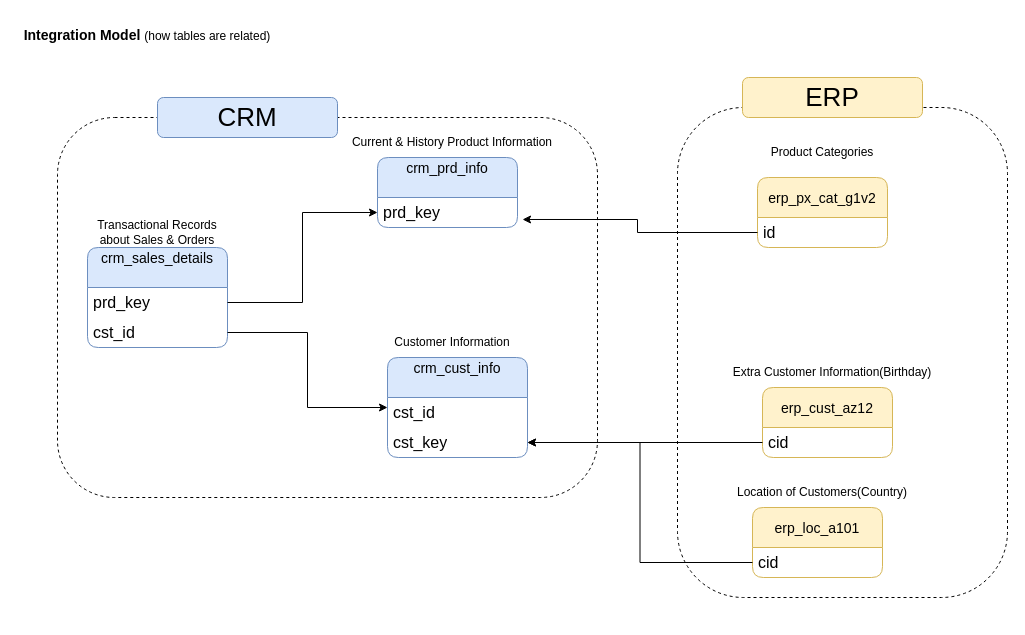
Earlier version of the draw.io diagram DFD for DWH Project/Tables.drawio (Kalyani-Burra/sql-data-warehouse-project). Source tidied: cells renumbered, new cells numbered last; positions are measured from the earlier drawing's top-left corner, leaving out a move shared by most shapes. Both pictures are drawn from the tidied source at 100%, with x=0, y=0 at pixel (17, 17).
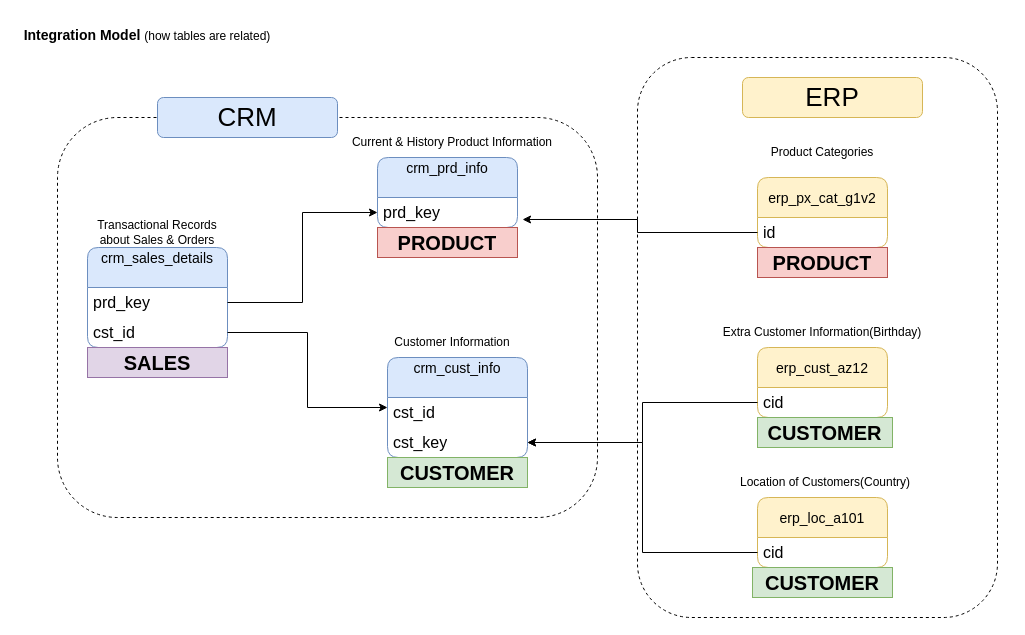
Above is the later version.

Change to the diagram source:
```diff
@@
     <mxCell id="16" value="&lt;div&gt;&lt;span style=&quot;font-size: 14px;&quot;&gt;erp_cust_az12&lt;/span&gt;&lt;/div&gt;" style="swimlane;fontStyle=0;horizontal=1;startSize=40;whiteSpace=wrap;html=1;rounded=1;fillColor=#fff2cc;strokeColor=#d6b656;fontSize=16;align=center;verticalAlign=middle;arcSize=9;" parent="1" vertex="1">
-      <mxGeometry x="745" y="370" width="130" height="70" as="geometry" />
+      <mxGeometry x="740" y="330" width="130" height="70" as="geometry" />
     </mxCell>
@@
     <mxCell id="18" value="Extra Customer Information(Birthday)" style="text;html=1;whiteSpace=wrap;strokeColor=none;fillColor=none;align=center;verticalAlign=middle;rounded=0;" parent="1" vertex="1">
-      <mxGeometry x="710" y="340" width="210" height="30" as="geometry" />
+      <mxGeometry x="700" y="300" width="210" height="30" as="geometry" />
     </mxCell>
@@
     <mxCell id="20" value="&lt;div&gt;&lt;span style=&quot;font-size: 14px;&quot;&gt;erp_loc_a101&lt;/span&gt;&lt;/div&gt;" style="swimlane;fontStyle=0;horizontal=1;startSize=40;whiteSpace=wrap;html=1;rounded=1;fillColor=#fff2cc;strokeColor=#d6b656;fontSize=16;align=center;verticalAlign=middle;arcSize=9;" parent="1" vertex="1">
-      <mxGeometry x="735" y="490" width="130" height="70" as="geometry" />
+      <mxGeometry x="740" y="480" width="130" height="70" as="geometry" />
     </mxCell>
@@
     <mxCell id="22" value="Location of Customers(Country)" style="text;html=1;whiteSpace=wrap;strokeColor=none;fillColor=none;align=center;verticalAlign=middle;rounded=0;" parent="1" vertex="1">
-      <mxGeometry x="700" y="460" width="210" height="30" as="geometry" />
+      <mxGeometry x="717.5" y="450" width="180" height="30" as="geometry" />
     </mxCell>
@@
     <mxCell id="28" style="rounded=1;whiteSpace=wrap;html=1;fillColor=none;dashed=1;" parent="1" vertex="1">
-      <mxGeometry x="40" y="100" width="540" height="380" as="geometry" />
+      <mxGeometry x="40" y="100" width="540" height="400" as="geometry" />
     </mxCell>
@@
-    <mxCell id="30" style="rounded=1;whiteSpace=wrap;html=1;fillColor=none;arcSize=20;dashed=1;" parent="1" vertex="1">
-      <mxGeometry x="660" y="90" width="330" height="490" as="geometry" />
-    </mxCell>
@@
+    <mxCell id="32" value="&lt;font style=&quot;font-size: 20px;&quot;&gt;&lt;b&gt;PRODUCT&lt;/b&gt;&lt;/font&gt;" style="text;html=1;strokeColor=#b85450;fillColor=#f8cecc;align=center;verticalAlign=middle;whiteSpace=wrap;overflow=hidden;" parent="1" vertex="1">
+      <mxGeometry x="360" y="210" width="140" height="30" as="geometry" />
+    </mxCell>
+    <mxCell id="33" value="&lt;font style=&quot;font-size: 20px;&quot;&gt;&lt;b&gt;PRODUCT&lt;/b&gt;&lt;/font&gt;" style="text;html=1;strokeColor=#b85450;fillColor=#f8cecc;align=center;verticalAlign=middle;whiteSpace=wrap;overflow=hidden;" parent="1" vertex="1">
+      <mxGeometry x="740" y="230" width="130" height="30" as="geometry" />
+    </mxCell>
+    <mxCell id="34" value="&lt;span style=&quot;font-size: 20px;&quot;&gt;&lt;b&gt;CUSTOMER&lt;/b&gt;&lt;/span&gt;" style="text;html=1;strokeColor=#82b366;fillColor=#d5e8d4;align=center;verticalAlign=middle;whiteSpace=wrap;overflow=hidden;" parent="1" vertex="1">
+      <mxGeometry x="370" y="440" width="140" height="30" as="geometry" />
+    </mxCell>
+    <mxCell id="35" value="&lt;span style=&quot;font-size: 20px;&quot;&gt;&lt;b&gt;CUSTOMER&lt;/b&gt;&lt;/span&gt;" style="text;html=1;strokeColor=#82b366;fillColor=#d5e8d4;align=center;verticalAlign=middle;whiteSpace=wrap;overflow=hidden;" parent="1" vertex="1">
+      <mxGeometry x="740" y="400" width="135" height="30" as="geometry" />
+    </mxCell>
+    <mxCell id="36" value="&lt;span style=&quot;font-size: 20px;&quot;&gt;&lt;b&gt;CUSTOMER&lt;/b&gt;&lt;/span&gt;" style="text;html=1;strokeColor=#82b366;fillColor=#d5e8d4;align=center;verticalAlign=middle;whiteSpace=wrap;overflow=hidden;" parent="1" vertex="1">
+      <mxGeometry x="735" y="550" width="140" height="30" as="geometry" />
+    </mxCell>
+    <mxCell id="37" value="&lt;span style=&quot;font-size: 20px;&quot;&gt;&lt;b&gt;SALES&lt;/b&gt;&lt;/span&gt;" style="text;html=1;strokeColor=#9673a6;fillColor=#e1d5e7;align=center;verticalAlign=middle;whiteSpace=wrap;overflow=hidden;" parent="1" vertex="1">
+      <mxGeometry x="70" y="330" width="140" height="30" as="geometry" />
+    </mxCell>
+    <mxCell id="38" style="rounded=1;whiteSpace=wrap;html=1;fillColor=none;dashed=1;" parent="1" vertex="1">
+      <mxGeometry x="620" y="40" width="360" height="560" as="geometry" />
+    </mxCell>
```
